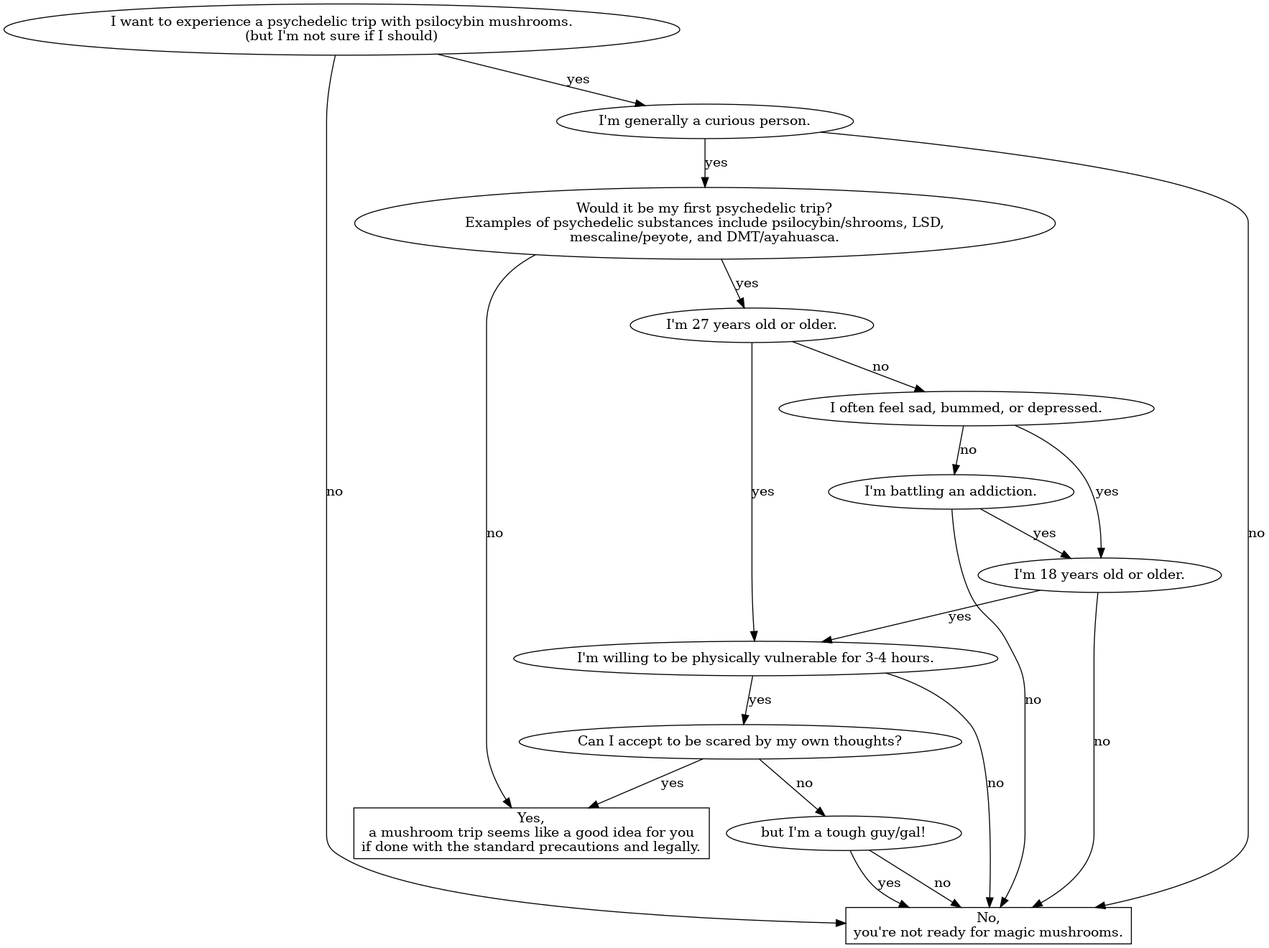
The Graphviz diagram docs/img/shouldi.png in psilocybinperspective/psilocybinperspective, before a commit. Its source is kept beside it as src/shouldi.dot. Its diagram source:
```dot

digraph {
  rankdir=TB;

  node0 [label="I want to experience a psychedelic trip with psilocybin mushrooms.\n\
(but I'm not sure if I should)"];
  node0 -> node1 [label="yes"];
  node0 -> no [label="no"];

  node1 [label="I'm generally a curious person."];
  node1 -> node2 [label="yes"];
  node1 -> no [label="no"];

  node2 [label="Would it be my first psychedelic trip?\n\
Examples of psychedelic substances include psilocybin/shrooms, LSD,\n\
mescaline/peyote, and DMT/ayahuasca."];
  node2 -> yes [label="no"];
  node2 -> node3 [label="yes"];

  node3 [label="I'm 27 years old or older."];
  node3 -> node4 [label="no"];
  node3 -> node6 [label="yes"];

  node4 [label="I often feel sad, bummed, or depressed."];
  node4 -> node5 [label="yes"];
  node4 -> node41 [label="no"];

  node41 [label="I'm battling an addiction."];
  node41 -> node5 [label="yes"];
  node41 -> no [label="no"];

  node5 [label="I'm 18 years old or older."];
  node5 -> no [label="no"];
  node5 -> node6 [label="yes"];

  node6 [label="I'm willing to be physically vulnerable for 3-4 hours."]
  node6 -> node61 [label="yes"];
  node6 -> no [label="no"];

  node61 [label="Can I accept to be scared by my own thoughts?"]
  node61 -> node7 [label="no"];
  node61 -> yes [label="yes"];

  node7 [label="but I'm a tough guy/gal!"];
  node7 -> no [label="yes"];
  node7 -> no [label="no"];

  yes [shape=box, label="Yes,\n\
a mushroom trip seems like a good idea for you\n\
if done with the standard precautions and legally."];
  no [shape=box, label="No,\n\
you're not ready for magic mushrooms."];
}
```
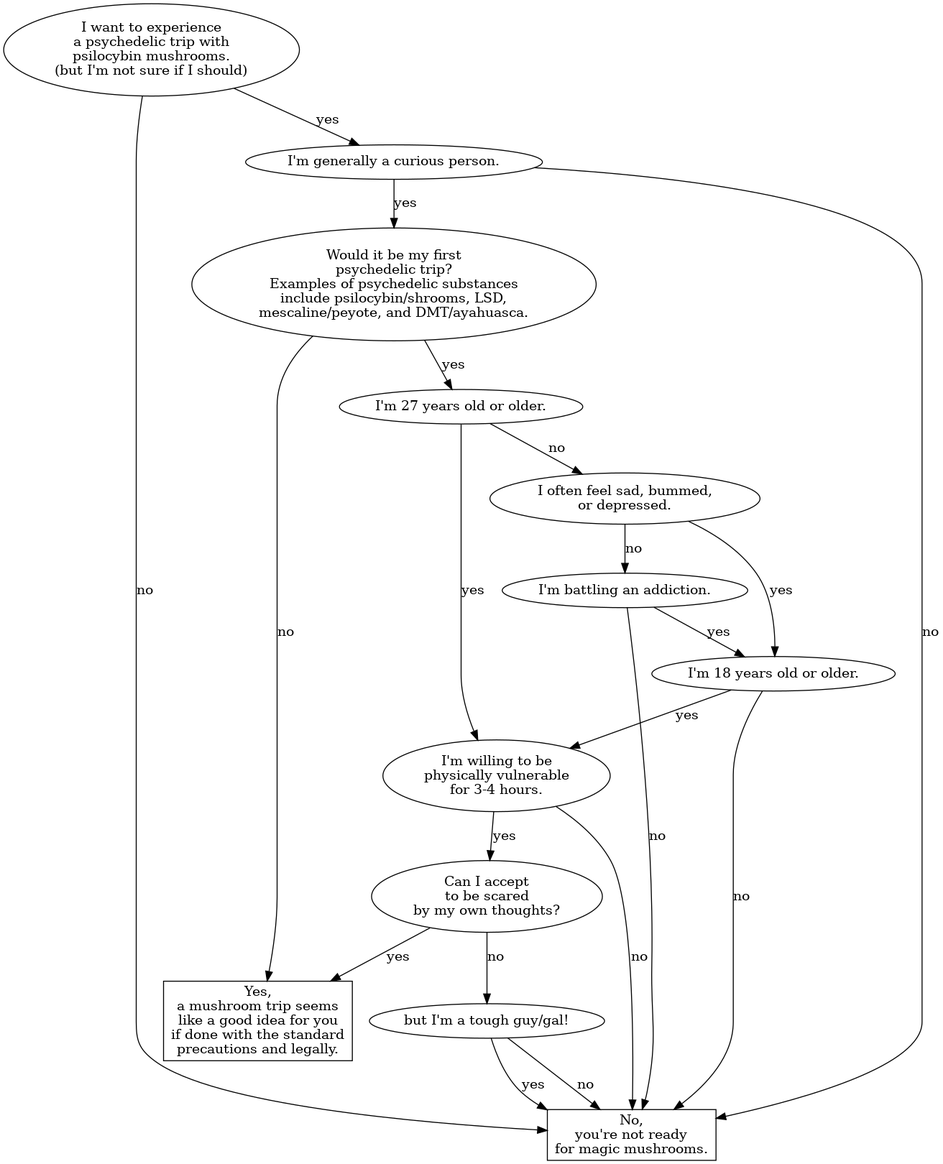
The same file after the commit.

Change to the diagram source:
```diff
@@ -2,7 +2,9 @@
 digraph {
   rankdir=TB;
 
-  node0 [label="I want to experience a psychedelic trip with psilocybin mushrooms.\n\
+  node0 [label="I want to experience\n\
+a psychedelic trip with\n\
+psilocybin mushrooms.\n\
 (but I'm not sure if I should)"];
   node0 -> node1 [label="yes"];
   node0 -> no [label="no"];
@@ -11,8 +13,10 @@
   node1 -> node2 [label="yes"];
   node1 -> no [label="no"];
 
-  node2 [label="Would it be my first psychedelic trip?\n\
-Examples of psychedelic substances include psilocybin/shrooms, LSD,\n\
+  node2 [label="Would it be my first\n\
+psychedelic trip?\n\
+Examples of psychedelic substances\n\
+include psilocybin/shrooms, LSD,\n\
 mescaline/peyote, and DMT/ayahuasca."];
   node2 -> yes [label="no"];
   node2 -> node3 [label="yes"];
@@ -21,7 +25,8 @@
   node3 -> node4 [label="no"];
   node3 -> node6 [label="yes"];
 
-  node4 [label="I often feel sad, bummed, or depressed."];
+  node4 [label="I often feel sad, bummed,\n\
+or depressed."];
   node4 -> node5 [label="yes"];
   node4 -> node41 [label="no"];
 
@@ -33,11 +38,11 @@
   node5 -> no [label="no"];
   node5 -> node6 [label="yes"];
 
-  node6 [label="I'm willing to be physically vulnerable for 3-4 hours."]
+  node6 [label="I'm willing to be\nphysically vulnerable\nfor 3-4 hours."]
   node6 -> node61 [label="yes"];
   node6 -> no [label="no"];
 
-  node61 [label="Can I accept to be scared by my own thoughts?"]
+  node61 [label="Can I accept\nto be scared\nby my own thoughts?"]
   node61 -> node7 [label="no"];
   node61 -> yes [label="yes"];
 
@@ -46,8 +51,9 @@
   node7 -> no [label="no"];
 
   yes [shape=box, label="Yes,\n\
-a mushroom trip seems like a good idea for you\n\
-if done with the standard precautions and legally."];
+a mushroom trip seems\nlike a good idea for you\n\
+if done with the standard\nprecautions and legally."];
   no [shape=box, label="No,\n\
-you're not ready for magic mushrooms."];
+you're not ready\n\
+for magic mushrooms."];
 }
```
